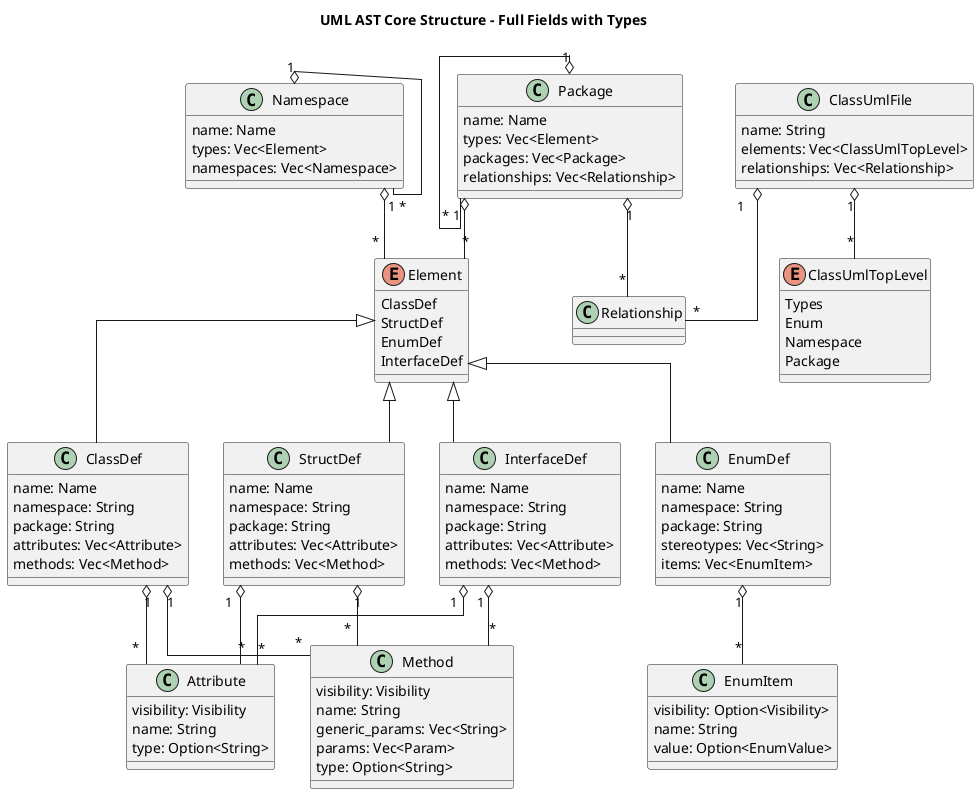
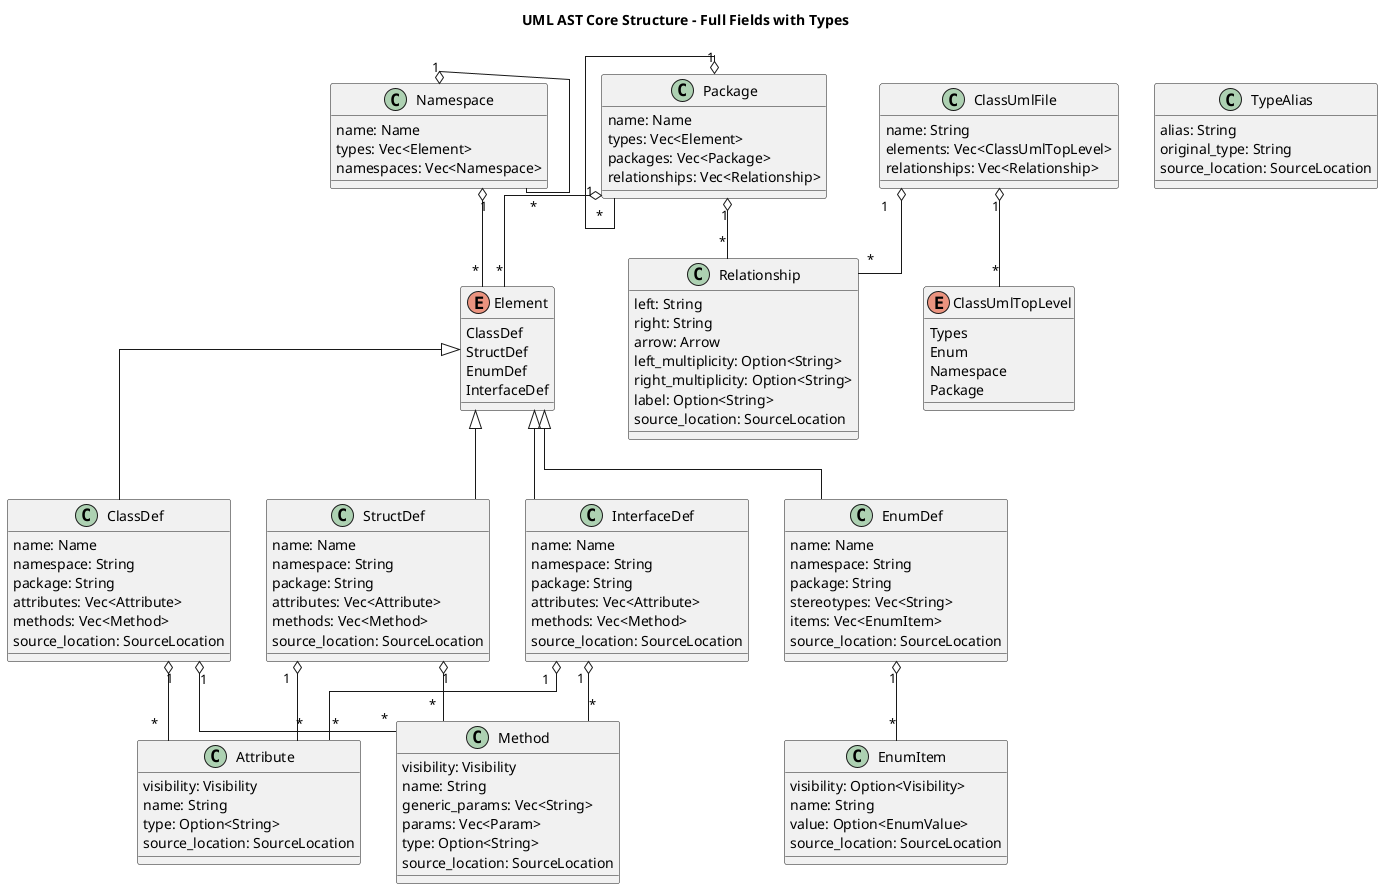
' *******************************************************************************
' Copyright (c) 2026 Contributors to the Eclipse Foundation
'
' See the NOTICE file(s) distributed with this work for additional
' information regarding copyright ownership.
'
' This program and the accompanying materials are made available under the
' terms of the Apache License Version 2.0 which is available at
' https://www.apache.org/licenses/LICENSE-2.0
'
' SPDX-License-Identifier: Apache-2.0
' *******************************************************************************
@startuml
title UML AST Core Structure - Full Fields with Types

skinparam linetype ortho
skinparam classAttributeIconSize 0

' ========================
' AST
' ========================
class ClassDef {
  name: Name
  namespace: String
  package: String
  attributes: Vec<Attribute>
  methods: Vec<Method>
+   source_location: SourceLocation
}

class StructDef {
  name: Name
  namespace: String
  package: String
  attributes: Vec<Attribute>
  methods: Vec<Method>
+   source_location: SourceLocation
}

class InterfaceDef {
  name: Name
  namespace: String
  package: String
  attributes: Vec<Attribute>
  methods: Vec<Method>
+   source_location: SourceLocation
}

class EnumDef {
  name: Name
  namespace: String
  package: String
  stereotypes: Vec<String>
  items: Vec<EnumItem>
+   source_location: SourceLocation
}

class EnumItem {
  visibility: Option<Visibility>
  name: String
  value: Option<EnumValue>
+   source_location: SourceLocation
+ }
+ 
+ class Relationship {
+   left: String
+   right: String
+   arrow: Arrow
+   left_multiplicity: Option<String>
+   right_multiplicity: Option<String>
+   label: Option<String>
+   source_location: SourceLocation
+ }
+ 
+ class TypeAlias {
+   alias: String
+   original_type: String
+   source_location: SourceLocation
}

class Namespace {
  name: Name
  types: Vec<Element>
  namespaces: Vec<Namespace>
}

class Package {
  name: Name
  types: Vec<Element>
  packages: Vec<Package>
  relationships: Vec<Relationship>
}

class ClassUmlFile {
  name: String
  elements: Vec<ClassUmlTopLevel>
  relationships: Vec<Relationship>
}

class Method {
  visibility: Visibility
  name: String
  generic_params: Vec<String>
  params: Vec<Param>
  type: Option<String>
+   source_location: SourceLocation
}

class Attribute {
  visibility: Visibility
  name: String
  type: Option<String>
+   source_location: SourceLocation
}

' ========================
' enum
' ========================
enum Element {
  ClassDef
  StructDef
  EnumDef
  InterfaceDef
}

enum ClassUmlTopLevel {
  Types
  Enum
  Namespace
  Package
}

' ========================
' relationship
' ========================
ClassDef "1" o-- "*" Attribute
ClassDef "1" o-- "*" Method

StructDef "1" o-- "*" Attribute
StructDef "1" o-- "*" Method

InterfaceDef "1" o-- "*" Attribute
InterfaceDef "1" o-- "*" Method

EnumDef "1" o-- "*" EnumItem

Element <|-- ClassDef
Element <|-- StructDef
Element <|-- EnumDef
Element <|-- InterfaceDef

Namespace "1" o-- "*" Element
Namespace "1" o-- "*" Namespace

Package "1" o-- "*" Element
Package "1" o-- "*" Package
Package "1" o-- "*" Relationship

ClassUmlFile "1" o-- "*" ClassUmlTopLevel
ClassUmlFile "1" o-- "*" Relationship

@enduml
